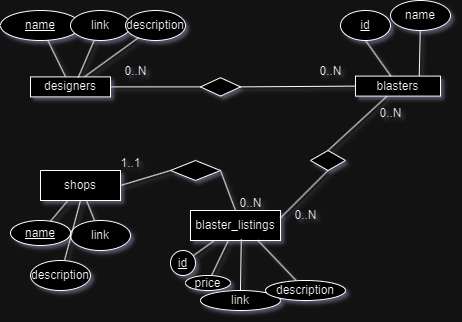
Above: docs/ERD.png in SabreBirdOne/BlasterBrowser (draw.io), before the change. Source tidied: cells renumbered, new cells last; positions are measured from the earlier drawing's top-left corner, leaving out a move shared by most shapes. The source it was exported from:
```xml
<mxGraphModel shadow="1">
  <root>
    <mxCell id="0" />
    <mxCell id="1" parent="0" />
    <mxCell id="2" style="rounded=0;jettySize=auto;html=1;endArrow=none;endFill=0;" parent="1" edge="1" source="5" target="6">
      <mxGeometry relative="1" as="geometry" />
    </mxCell>
    <mxCell id="3" style="rounded=0;jettySize=auto;html=1;endArrow=none;endFill=0;entryX=0;entryY=0.5;entryDx=0;entryDy=0;" parent="1" edge="1" source="5" target="15">
      <mxGeometry relative="1" as="geometry" />
    </mxCell>
    <mxCell id="4" style="rounded=0;jettySize=auto;html=1;endArrow=none;endFill=0;" parent="1" edge="1" source="5" target="25">
      <mxGeometry relative="1" as="geometry" />
    </mxCell>
    <mxCell id="5" value="designers" style="rounded=0;whiteSpace=wrap;html=1;" parent="1" vertex="1">
      <mxGeometry x="30" y="76.4" width="80" height="20" as="geometry" />
    </mxCell>
    <mxCell id="6" value="&lt;u&gt;name&lt;/u&gt;" style="ellipse;whiteSpace=wrap;html=1;rounded=0;" parent="1" vertex="1">
      <mxGeometry y="10" width="80" height="30" as="geometry" />
    </mxCell>
    <mxCell id="7" style="rounded=0;jettySize=auto;html=1;endArrow=none;endFill=0;entryX=0.596;entryY=0.032;entryDx=0;entryDy=0;entryPerimeter=0;" parent="1" edge="1" source="8" target="5">
      <mxGeometry relative="1" as="geometry" />
    </mxCell>
    <mxCell id="8" value="link" style="ellipse;whiteSpace=wrap;html=1;" parent="1" vertex="1">
      <mxGeometry x="70" y="10" width="60" height="30" as="geometry" />
    </mxCell>
    <mxCell id="9" style="rounded=0;jettySize=auto;html=1;exitX=0.75;exitY=0;exitDx=0;exitDy=0;endArrow=none;endFill=0;" parent="1" edge="1" source="11" target="19">
      <mxGeometry relative="1" as="geometry" />
    </mxCell>
    <mxCell id="10" style="rounded=0;jettySize=auto;html=1;endArrow=none;endFill=0;entryX=0.5;entryY=0;entryDx=0;entryDy=0;" parent="1" edge="1" source="11" target="43">
      <mxGeometry relative="1" as="geometry" />
    </mxCell>
    <mxCell id="11" value="blasters" style="rounded=0;whiteSpace=wrap;html=1;" parent="1" vertex="1">
      <mxGeometry x="355" y="75.6" width="85" height="20" as="geometry" />
    </mxCell>
    <mxCell id="12" style="rounded=0;jettySize=auto;html=1;endArrow=none;endFill=0;exitX=0.5;exitY=1;exitDx=0;exitDy=0;" parent="1" edge="1" source="13" target="11">
      <mxGeometry relative="1" as="geometry" />
    </mxCell>
    <mxCell id="13" value="&lt;u&gt;id&lt;/u&gt;" style="ellipse;whiteSpace=wrap;html=1;" parent="1" vertex="1">
      <mxGeometry x="340" y="10" width="50" height="30" as="geometry" />
    </mxCell>
    <mxCell id="14" style="rounded=0;jettySize=auto;html=1;entryX=0;entryY=0.5;entryDx=0;entryDy=0;endArrow=none;endFill=0;exitX=1;exitY=0.5;exitDx=0;exitDy=0;" parent="1" edge="1" source="15" target="11">
      <mxGeometry relative="1" as="geometry" />
    </mxCell>
    <mxCell id="15" style="rhombus;whiteSpace=wrap;html=1;" parent="1" vertex="1">
      <mxGeometry x="200" y="77.2" width="40" height="18.4" as="geometry" />
    </mxCell>
    <mxCell id="16" style="edgeStyle=orthogonalEdgeStyle;rounded=0;orthogonalLoop=1;jettySize=auto;html=1;exitX=0.5;exitY=1;exitDx=0;exitDy=0;" parent="1" edge="1" source="8" target="8">
      <mxGeometry relative="1" as="geometry" />
    </mxCell>
    <mxCell id="17" value="0..N" style="text;html=1;align=center;verticalAlign=middle;strokeColor=none;fillColor=none;" parent="1" vertex="1">
      <mxGeometry x="305" y="55.6" width="50" height="30" as="geometry" />
    </mxCell>
    <mxCell id="18" value="0..N" style="text;html=1;align=center;verticalAlign=middle;strokeColor=none;fillColor=none;" parent="1" vertex="1">
      <mxGeometry x="110" y="55.6" width="50" height="30" as="geometry" />
    </mxCell>
    <mxCell id="19" value="name" style="ellipse;whiteSpace=wrap;html=1;" parent="1" vertex="1">
      <mxGeometry x="390" width="60" height="30" as="geometry" />
    </mxCell>
    <mxCell id="20" style="rounded=0;jettySize=auto;html=1;endArrow=none;endFill=0;" parent="1" edge="1" source="21" target="22">
      <mxGeometry relative="1" as="geometry" />
    </mxCell>
    <mxCell id="21" value="shops" style="whiteSpace=wrap;html=1;" parent="1" vertex="1">
      <mxGeometry x="40" y="170" width="80" height="30" as="geometry" />
    </mxCell>
    <mxCell id="22" value="&lt;u&gt;name&lt;/u&gt;" style="ellipse;whiteSpace=wrap;html=1;" parent="1" vertex="1">
      <mxGeometry x="10" y="220" width="60" height="25" as="geometry" />
    </mxCell>
    <mxCell id="23" style="rounded=0;jettySize=auto;html=1;endArrow=none;endFill=0;" parent="1" edge="1" source="24" target="21">
      <mxGeometry relative="1" as="geometry" />
    </mxCell>
    <mxCell id="24" value="link" style="ellipse;whiteSpace=wrap;html=1;" parent="1" vertex="1">
      <mxGeometry x="70" y="220" width="60" height="30" as="geometry" />
    </mxCell>
    <mxCell id="25" value="description" style="ellipse;whiteSpace=wrap;html=1;" parent="1" vertex="1">
      <mxGeometry x="125" y="10" width="60" height="30" as="geometry" />
    </mxCell>
    <mxCell id="26" style="rounded=0;jettySize=auto;html=1;entryX=0.5;entryY=1;entryDx=0;entryDy=0;endArrow=none;endFill=0;" parent="1" edge="1" source="27" target="21">
      <mxGeometry relative="1" as="geometry" />
    </mxCell>
    <mxCell id="27" value="description" style="ellipse;whiteSpace=wrap;html=1;" parent="1" vertex="1">
      <mxGeometry x="30" y="260" width="60" height="30" as="geometry" />
    </mxCell>
    <mxCell id="28" style="rounded=0;jettySize=auto;html=1;endArrow=none;endFill=0;" parent="1" edge="1" source="30" target="31">
      <mxGeometry relative="1" as="geometry" />
    </mxCell>
    <mxCell id="29" style="rounded=0;jettySize=auto;html=1;endArrow=none;endFill=0;" parent="1" edge="1" source="30" target="32">
      <mxGeometry relative="1" as="geometry" />
    </mxCell>
    <mxCell id="30" value="blaster_listings" style="whiteSpace=wrap;html=1;" parent="1" vertex="1">
      <mxGeometry x="190" y="210" width="90" height="30" as="geometry" />
    </mxCell>
    <mxCell id="31" value="&lt;u&gt;id&lt;/u&gt;" style="ellipse;whiteSpace=wrap;html=1;" parent="1" vertex="1">
      <mxGeometry x="170" y="250" width="25" height="25" as="geometry" />
    </mxCell>
    <mxCell id="32" value="price" style="ellipse;whiteSpace=wrap;html=1;" parent="1" vertex="1">
      <mxGeometry x="185" y="275" width="45" height="15" as="geometry" />
    </mxCell>
    <mxCell id="33" style="rounded=0;jettySize=auto;html=1;entryX=0.564;entryY=0.963;entryDx=0;entryDy=0;entryPerimeter=0;endArrow=none;endFill=0;" parent="1" edge="1" source="34" target="30">
      <mxGeometry relative="1" as="geometry" />
    </mxCell>
    <mxCell id="34" value="link" style="ellipse;whiteSpace=wrap;html=1;" parent="1" vertex="1">
      <mxGeometry x="200" y="290" width="80" height="20" as="geometry" />
    </mxCell>
    <mxCell id="35" style="rounded=0;jettySize=auto;html=1;entryX=0.75;entryY=1;entryDx=0;entryDy=0;endArrow=none;endFill=0;" parent="1" edge="1" source="36" target="30">
      <mxGeometry relative="1" as="geometry" />
    </mxCell>
    <mxCell id="36" value="description" style="ellipse;whiteSpace=wrap;html=1;" parent="1" vertex="1">
      <mxGeometry x="265" y="280" width="80" height="20" as="geometry" />
    </mxCell>
    <mxCell id="37" style="rounded=0;jettySize=auto;html=1;entryX=1;entryY=0.5;entryDx=0;entryDy=0;endArrow=none;endFill=0;exitX=0;exitY=0.5;exitDx=0;exitDy=0;" parent="1" edge="1" source="39" target="21">
      <mxGeometry relative="1" as="geometry" />
    </mxCell>
    <mxCell id="38" style="rounded=0;jettySize=auto;html=1;exitX=1;exitY=0.5;exitDx=0;exitDy=0;entryX=0.5;entryY=0;entryDx=0;entryDy=0;endArrow=none;endFill=0;" parent="1" edge="1" source="39" target="30">
      <mxGeometry relative="1" as="geometry" />
    </mxCell>
    <mxCell id="39" style="rhombus;whiteSpace=wrap;html=1;" parent="1" vertex="1">
      <mxGeometry x="170" y="160" width="50" height="20" as="geometry" />
    </mxCell>
    <mxCell id="40" value="0..N" style="text;html=1;align=center;verticalAlign=middle;strokeColor=none;fillColor=none;" parent="1" vertex="1">
      <mxGeometry x="225" y="188" width="50" height="30" as="geometry" />
    </mxCell>
    <mxCell id="41" value="1..1" style="text;html=1;align=center;verticalAlign=middle;strokeColor=none;fillColor=none;" parent="1" vertex="1">
      <mxGeometry x="110" y="148" width="40" height="30" as="geometry" />
    </mxCell>
    <mxCell id="42" style="rounded=0;jettySize=auto;html=1;entryX=1;entryY=0.25;entryDx=0;entryDy=0;exitX=0.5;exitY=1;exitDx=0;exitDy=0;endArrow=none;endFill=0;" parent="1" edge="1" source="43" target="30">
      <mxGeometry relative="1" as="geometry" />
    </mxCell>
    <mxCell id="43" style="rhombus;whiteSpace=wrap;html=1;rounded=0;" parent="1" vertex="1">
      <mxGeometry x="310" y="150" width="35" height="20" as="geometry" />
    </mxCell>
    <mxCell id="44" value="0..N" style="text;html=1;align=center;verticalAlign=middle;strokeColor=none;fillColor=none;" parent="1" vertex="1">
      <mxGeometry x="365" y="98" width="50" height="30" as="geometry" />
    </mxCell>
    <mxCell id="45" value="0..N" style="text;html=1;align=center;verticalAlign=middle;strokeColor=none;fillColor=none;" parent="1" vertex="1">
      <mxGeometry x="280" y="200" width="50" height="30" as="geometry" />
    </mxCell>
  </root>
</mxGraphModel>
```
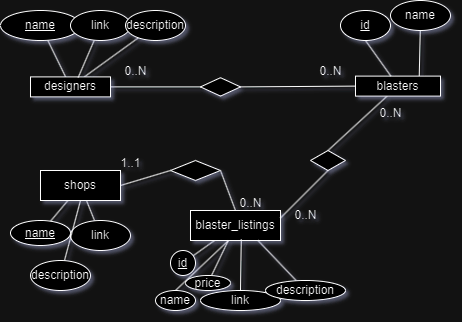
After the change.

Commit message:
Working on ERD

Change to the diagram source:
```diff
@@ -134,5 +134,11 @@
     <mxCell id="45" value="0..N" style="text;html=1;align=center;verticalAlign=middle;strokeColor=none;fillColor=none;" parent="1" vertex="1">
       <mxGeometry x="280" y="200" width="50" height="30" as="geometry" />
     </mxCell>
+    <mxCell id="46" style="rounded=0;jettySize=auto;html=1;entryX=0.422;entryY=1;entryDx=0;entryDy=0;entryPerimeter=0;endArrow=none;endFill=0;exitX=0.5;exitY=0;exitDx=0;exitDy=0;" parent="1" edge="1" source="47" target="30">
+      <mxGeometry relative="1" as="geometry" />
+    </mxCell>
+    <mxCell id="47" value="name" style="ellipse;whiteSpace=wrap;html=1;" parent="1" vertex="1">
+      <mxGeometry x="155" y="290" width="40" height="20" as="geometry" />
+    </mxCell>
   </root>
 </mxGraphModel>
```
